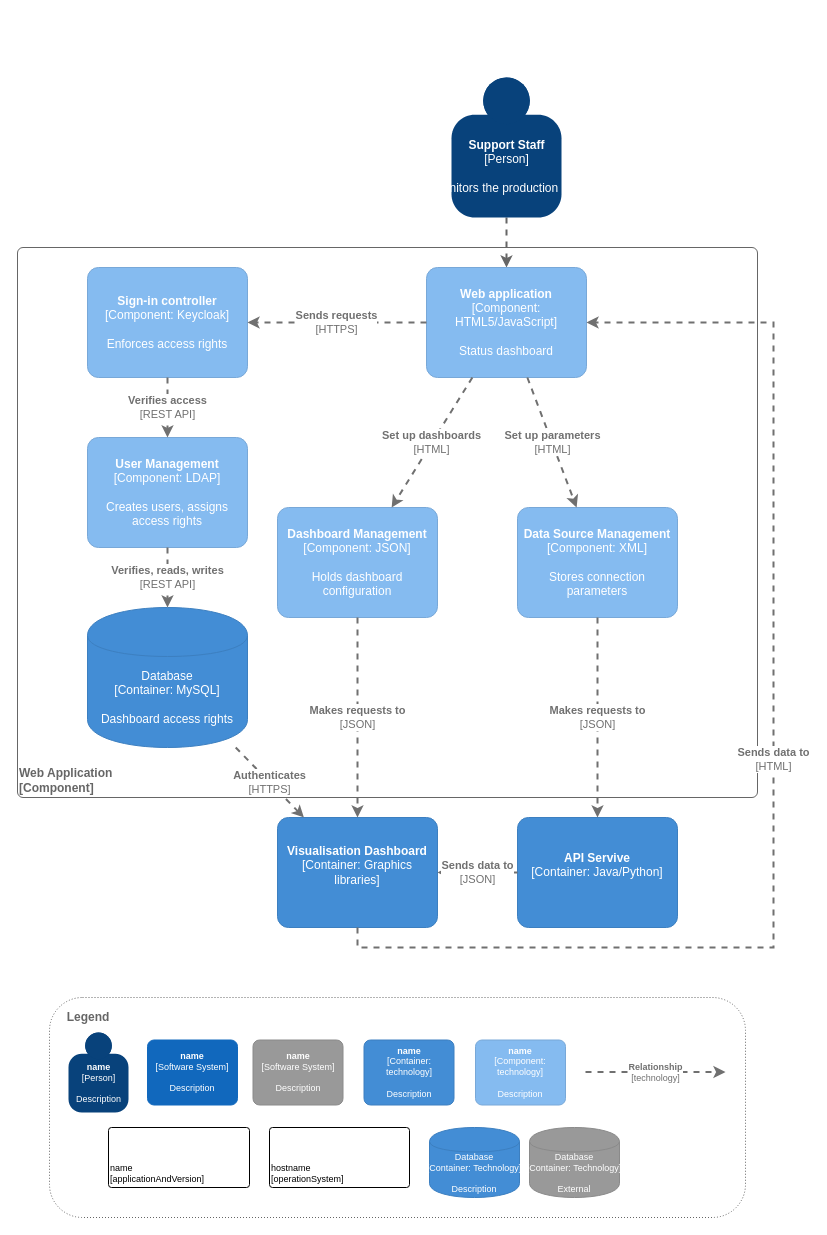
eldoncosta1/diagrams keeps this draw.io diagram as page "C4 Component" (3 of 4) of Design Doc LMS.drawio. Above is the earlier version. Source tidied: cells renumbered, new cells numbered last; positions are measured from the earlier drawing's top-left corner, leaving out a move shared by most shapes. Both pictures are drawn from the tidied source at 100%, with x=0, y=0 at pixel (17, 77).
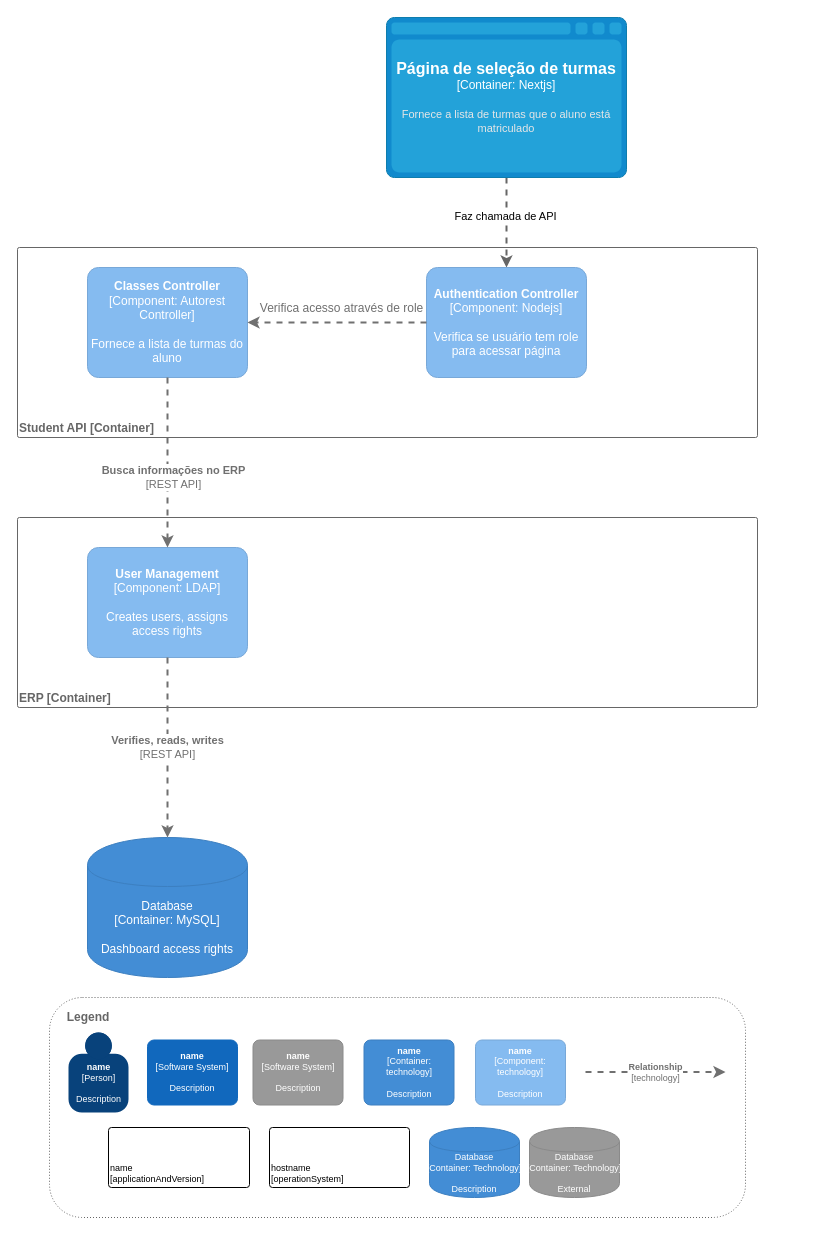
The same diagram, later.

What changed in the source:
```diff
@@
+    <mxCell id="36" value="&lt;div style=&quot;text-align: left&quot;&gt;&lt;b style=&quot;background-color: transparent; color: light-dark(rgb(102, 102, 102), rgb(149, 149, 149));&quot;&gt;ERP [Container]&lt;/b&gt;&lt;/div&gt;" style="rounded=1;whiteSpace=wrap;html=1;labelBackgroundColor=none;fillColor=#ffffff;align=left;arcSize=1;verticalAlign=bottom;strokeColor=#666666;fontColor=#666666;" parent="1" vertex="1">
+      <mxGeometry y="440" width="740" height="190" as="geometry" />
+    </mxCell>
-    <mxCell id="2" value="&lt;div style=&quot;text-align: left&quot;&gt;&lt;b&gt;Web Application&lt;/b&gt;&lt;/div&gt;&lt;div style=&quot;text-align: left&quot;&gt;&lt;b&gt;[Component]&lt;/b&gt;&lt;/div&gt;" style="rounded=1;whiteSpace=wrap;html=1;labelBackgroundColor=none;fillColor=#ffffff;align=left;arcSize=1;verticalAlign=bottom;strokeColor=#666666;fontColor=#666666;" parent="1" vertex="1">
-      <mxGeometry y="170" width="740" height="550" as="geometry" />
+    <mxCell id="2" value="&lt;div style=&quot;text-align: left&quot;&gt;&lt;b style=&quot;background-color: transparent; color: light-dark(rgb(102, 102, 102), rgb(149, 149, 149));&quot;&gt;Student API [Container]&lt;/b&gt;&lt;/div&gt;" style="rounded=1;whiteSpace=wrap;html=1;labelBackgroundColor=none;fillColor=#ffffff;align=left;arcSize=1;verticalAlign=bottom;strokeColor=#666666;fontColor=#666666;" parent="1" vertex="1">
+      <mxGeometry y="170" width="740" height="190" as="geometry" />
     </mxCell>
-    <mxCell id="3" style="edgeStyle=orthogonalEdgeStyle;rounded=0;jettySize=auto;html=1;dashed=1;strokeColor=#666666;strokeWidth=2;fillColor=#f5f5f5;" parent="1" edge="1" source="4" target="19">
+    <mxCell id="3" style="edgeStyle=orthogonalEdgeStyle;rounded=0;jettySize=auto;html=1;dashed=1;strokeColor=#666666;strokeWidth=2;fillColor=#f5f5f5;exitX=0.5;exitY=1;exitDx=0;exitDy=0;exitPerimeter=0;" parent="1" edge="1" source="38" target="19">
       <mxGeometry relative="1" as="geometry" />
     </mxCell>
-    <object id="4" label="&lt;b&gt;%c4Name%&lt;/b&gt;&lt;div&gt;[%c4Type%]&lt;/div&gt;&lt;br&gt;&lt;div&gt;%c4Description%&lt;/div&gt;" c4Description="Monitors the production line" c4Name="Support Staff" c4Type="Person" placeholders="1">
-      <mxCell style="html=1;dashed=0;whitespace=wrap;fillColor=#08427b;strokeColor=none;fontColor=#ffffff;shape=mxgraph.c4.person;align=center;points=[[0.5,0,0],[1,0.5,0],[1,0.75,0],[0.75,1,0],[0.5,1,0],[0.25,1,0],[0,0.75,0],[0,0.5,0]];metaData={&quot;c4Type&quot;:{&quot;editable&quot;:false}};" parent="1" vertex="1">
-        <mxGeometry x="434" width="110" height="140" as="geometry" />
-      </mxCell>
-    </object>
+    <mxCell id="37" value="Faz chamada de API" style="edgeLabel;html=1;align=center;verticalAlign=middle;" parent="3" vertex="1">
+      <mxGeometry x="-0.16" y="-2" relative="1" as="geometry" />
+    </mxCell>
@@
-    <object id="18" label="&lt;b&gt;%c4Name%&lt;/b&gt;&lt;div&gt;[%c4Type%: %c4Technology%]&lt;/div&gt;&lt;br&gt;&lt;div&gt;%c4Description%&lt;/div&gt;" c4Description="Enforces access rights" c4Name="Sign-in controller" c4Technology="Keycloak" c4Type="Component" placeholders="1">
+    <object id="18" label="&lt;b&gt;%c4Name%&lt;/b&gt;&lt;div&gt;[%c4Type%: %c4Technology%]&lt;/div&gt;&lt;br&gt;&lt;div&gt;%c4Description%&lt;/div&gt;" c4Description="Fornece a lista de turmas do aluno" c4Name="Classes Controller" c4Technology="Autorest Controller" c4Type="Component" placeholders="1">
       <mxCell style="rounded=1;whiteSpace=wrap;html=1;labelBackgroundColor=none;fillColor=#85BBF0;fontColor=#ffffff;align=center;arcSize=10;strokeColor=#78A8D8;metaData={&quot;c4Type&quot;:{&quot;editable&quot;:false}};points=[[0.25,0,0],[0.5,0,0],[0.75,0,0],[1,0.25,0],[1,0.5,0],[1,0.75,0],[0.75,1,0],[0.5,1,0],[0.25,1,0],[0,0.75,0],[0,0.5,0],[0,0.25,0]];" parent="1" vertex="1">
         <mxGeometry x="70" y="190" width="160" height="110" as="geometry" />
       </mxCell>
     </object>
-    <object id="19" label="&lt;b&gt;%c4Name%&lt;/b&gt;&lt;div&gt;[%c4Type%: %c4Technology%]&lt;/div&gt;&lt;br&gt;&lt;div&gt;%c4Description%&lt;/div&gt;" c4Description="Status dashboard" c4Name="Web application" c4Technology="HTML5/JavaScript" c4Type="Component" placeholders="1">
+    <object id="19" label="&lt;b&gt;%c4Name%&lt;/b&gt;&lt;div&gt;[%c4Type%: %c4Technology%]&lt;/div&gt;&lt;br&gt;&lt;div&gt;%c4Description%&lt;/div&gt;" c4Description="Verifica se usuário tem role para acessar página" c4Name="Authentication Controller" c4Technology="Nodejs" c4Type="Component" placeholders="1">
       <mxCell style="rounded=1;whiteSpace=wrap;html=1;labelBackgroundColor=none;fillColor=#85BBF0;fontColor=#ffffff;align=center;arcSize=10;strokeColor=#78A8D8;metaData={&quot;c4Type&quot;:{&quot;editable&quot;:false}};points=[[0.25,0,0],[0.5,0,0],[0.75,0,0],[1,0.25,0],[1,0.5,0],[1,0.75,0],[0.75,1,0],[0.5,1,0],[0.25,1,0],[0,0.75,0],[0,0.5,0],[0,0.25,0]];" parent="1" vertex="1">
         <mxGeometry x="409" y="190" width="160" height="110" as="geometry" />
       </mxCell>
     </object>
-    <object id="20" label="&lt;div style=&quot;text-align: left&quot;&gt;&lt;div style=&quot;text-align: center&quot;&gt;&lt;b&gt;%c4Description%&lt;/b&gt;&lt;/div&gt;&lt;div style=&quot;text-align: center&quot;&gt;[%c4Technology%]&lt;/div&gt;&lt;/div&gt;" c4Description="Sends requests" c4Technology="HTTPS" placeholders="1">
-      <mxCell style="edgeStyle=none;rounded=0;html=1;jettySize=auto;strokeColor=#707070;strokeWidth=2;fontColor=#707070;jumpStyle=none;dashed=1;metaData={&quot;c4Type&quot;:{&quot;editable&quot;:false}};" parent="1" edge="1" source="19" target="18">
-        <mxGeometry relative="1" as="geometry" />
-      </mxCell>
-    </object>
     <object id="21" label="&lt;b&gt;%c4Name%&lt;/b&gt;&lt;div&gt;[%c4Type%: %c4Technology%]&lt;/div&gt;&lt;br&gt;&lt;div&gt;%c4Description%&lt;/div&gt;" c4Description="Creates users, assigns access rights" c4Name="User Management" c4Technology="LDAP" c4Type="Component" placeholders="1">
       <mxCell style="rounded=1;whiteSpace=wrap;html=1;labelBackgroundColor=none;fillColor=#85BBF0;fontColor=#ffffff;align=center;arcSize=10;strokeColor=#78A8D8;metaData={&quot;c4Type&quot;:{&quot;editable&quot;:false}};points=[[0.25,0,0],[0.5,0,0],[0.75,0,0],[1,0.25,0],[1,0.5,0],[1,0.75,0],[0.75,1,0],[0.5,1,0],[0.25,1,0],[0,0.75,0],[0,0.5,0],[0,0.25,0]];" parent="1" vertex="1">
-        <mxGeometry x="70" y="360" width="160" height="110" as="geometry" />
+        <mxGeometry x="70" y="470" width="160" height="110" as="geometry" />
       </mxCell>
     </object>
-    <object id="22" label="&lt;div style=&quot;text-align: left&quot;&gt;&lt;div style=&quot;text-align: center&quot;&gt;&lt;b&gt;%c4Description%&lt;/b&gt;&lt;/div&gt;&lt;div style=&quot;text-align: center&quot;&gt;[%c4Technology%]&lt;/div&gt;&lt;/div&gt;" c4Description="Verifies access" c4Technology="REST API" placeholders="1">
+    <object id="22" label="&lt;div style=&quot;text-align: left&quot;&gt;&lt;div style=&quot;text-align: center&quot;&gt;&lt;b&gt;%c4Description%&lt;/b&gt;&lt;/div&gt;&lt;div style=&quot;text-align: center&quot;&gt;[%c4Technology%]&lt;/div&gt;&lt;/div&gt;" c4Description="Busca informações no ERP" c4Technology="REST API" placeholders="1">
       <mxCell style="edgeStyle=none;rounded=0;html=1;jettySize=auto;strokeColor=#707070;strokeWidth=2;fontColor=#707070;jumpStyle=none;dashed=1;metaData={&quot;c4Type&quot;:{&quot;editable&quot;:false}};" parent="1" edge="1" source="18" target="21">
-        <mxGeometry relative="1" as="geometry" />
+        <mxGeometry x="0.18" y="6" relative="1" as="geometry" />
       </mxCell>
     </object>
     <object id="23" label="%c4Type%&lt;div&gt;[Container:&amp;nbsp;%c4Technology%]&lt;/div&gt;&lt;br&gt;&lt;div&gt;%c4Description%&lt;/div&gt;" c4Description="Dashboard access rights" c4Technology="MySQL" c4Type="Database" placeholders="1">
       <mxCell style="shape=cylinder;whiteSpace=wrap;html=1;boundedLbl=1;rounded=0;labelBackgroundColor=none;fillColor=#438DD5;fontSize=12;fontColor=#ffffff;align=center;strokeColor=#3C7FC0;points=[[0.5,0,0],[1,0.25,0],[1,0.5,0],[1,0.75,0],[0.5,1,0],[0,0.75,0],[0,0.5,0],[0,0.25,0]];metaData={&quot;c4Type&quot;:{&quot;editable&quot;:false}};" parent="1" vertex="1">
-        <mxGeometry x="70" y="530" width="160" height="140" as="geometry" />
+        <mxGeometry x="70" y="760" width="160" height="140" as="geometry" />
       </mxCell>
     </object>
@@
-    <object id="25" label="&lt;b&gt;%c4Name%&lt;/b&gt;&lt;div&gt;[%c4Type%: %c4Technology%]&lt;/div&gt;&lt;br&gt;&lt;div&gt;%c4Description%&lt;/div&gt;" c4Description="Holds dashboard configuration" c4Name="Dashboard Management" c4Technology="JSON" c4Type="Component" placeholders="1">
-      <mxCell style="rounded=1;whiteSpace=wrap;html=1;labelBackgroundColor=none;fillColor=#85BBF0;fontColor=#ffffff;align=center;arcSize=10;strokeColor=#78A8D8;metaData={&quot;c4Type&quot;:{&quot;editable&quot;:false}};points=[[0.25,0,0],[0.5,0,0],[0.75,0,0],[1,0.25,0],[1,0.5,0],[1,0.75,0],[0.75,1,0],[0.5,1,0],[0.25,1,0],[0,0.75,0],[0,0.5,0],[0,0.25,0]];" parent="1" vertex="1">
-        <mxGeometry x="260" y="430" width="160" height="110" as="geometry" />
-      </mxCell>
-    </object>
-    <object id="26" label="&lt;div style=&quot;text-align: left&quot;&gt;&lt;div style=&quot;text-align: center&quot;&gt;&lt;b&gt;%c4Description%&lt;/b&gt;&lt;/div&gt;&lt;div style=&quot;text-align: center&quot;&gt;[%c4Technology%]&lt;/div&gt;&lt;/div&gt;" c4Description="Set up dashboards" c4Technology="HTML" placeholders="1">
-      <mxCell style="edgeStyle=none;rounded=0;html=1;jettySize=auto;strokeColor=#707070;strokeWidth=2;fontColor=#707070;jumpStyle=none;dashed=1;metaData={&quot;c4Type&quot;:{&quot;editable&quot;:false}};" parent="1" edge="1" source="19" target="25">
-        <mxGeometry relative="1" as="geometry" />
-      </mxCell>
-    </object>
-    <object id="27" label="&lt;b&gt;%c4Name%&lt;/b&gt;&lt;div&gt;[%c4Type%: %c4Technology%]&lt;/div&gt;&lt;br&gt;&lt;div&gt;%c4Description%&lt;/div&gt;" c4Description="" c4Name="Visualisation Dashboard" c4Technology="Graphics libraries" c4Type="Container" placeholders="1">
-      <mxCell style="rounded=1;whiteSpace=wrap;html=1;labelBackgroundColor=none;fillColor=#438DD5;fontColor=#ffffff;align=center;arcSize=10;strokeColor=#3C7FC0;metaData={&quot;c4Type&quot;:{&quot;editable&quot;:false}};points=[[0.25,0,0],[0.5,0,0],[0.75,0,0],[1,0.25,0],[1,0.5,0],[1,0.75,0],[0.75,1,0],[0.5,1,0],[0.25,1,0],[0,0.75,0],[0,0.5,0],[0,0.25,0]];" parent="1" vertex="1">
-        <mxGeometry x="260" y="740" width="160" height="110" as="geometry" />
-      </mxCell>
-    </object>
-    <object id="28" label="&lt;div style=&quot;text-align: left&quot;&gt;&lt;div style=&quot;text-align: center&quot;&gt;&lt;b&gt;%c4Description%&lt;/b&gt;&lt;/div&gt;&lt;div style=&quot;text-align: center&quot;&gt;[%c4Technology%]&lt;/div&gt;&lt;/div&gt;" c4Description="Makes requests to" c4Technology="JSON" placeholders="1">
-      <mxCell style="edgeStyle=none;rounded=0;html=1;jettySize=auto;strokeColor=#707070;strokeWidth=2;fontColor=#707070;jumpStyle=none;dashed=1;metaData={&quot;c4Type&quot;:{&quot;editable&quot;:false}};" parent="1" edge="1" source="25" target="27">
-        <mxGeometry relative="1" as="geometry" />
-      </mxCell>
-    </object>
-    <object id="29" label="&lt;div style=&quot;text-align: left&quot;&gt;&lt;div style=&quot;text-align: center&quot;&gt;&lt;b&gt;%c4Description%&lt;/b&gt;&lt;/div&gt;&lt;div style=&quot;text-align: center&quot;&gt;[%c4Technology%]&lt;/div&gt;&lt;/div&gt;" c4Description="Authenticates" c4Technology="HTTPS" placeholders="1">
-      <mxCell style="edgeStyle=none;rounded=0;html=1;jettySize=auto;strokeColor=#707070;strokeWidth=2;fontColor=#707070;jumpStyle=none;dashed=1;metaData={&quot;c4Type&quot;:{&quot;editable&quot;:false}};" parent="1" edge="1" source="23" target="27">
-        <mxGeometry relative="1" as="geometry" />
-      </mxCell>
-    </object>
-    <object id="30" label="&lt;b&gt;%c4Name%&lt;/b&gt;&lt;div&gt;[%c4Type%: %c4Technology%]&lt;/div&gt;&lt;br&gt;&lt;div&gt;%c4Description%&lt;/div&gt;" c4Description="Stores connection parameters" c4Name="Data Source Management" c4Technology="XML" c4Type="Component" placeholders="1">
-      <mxCell style="rounded=1;whiteSpace=wrap;html=1;labelBackgroundColor=none;fillColor=#85BBF0;fontColor=#ffffff;align=center;arcSize=10;strokeColor=#78A8D8;metaData={&quot;c4Type&quot;:{&quot;editable&quot;:false}};points=[[0.25,0,0],[0.5,0,0],[0.75,0,0],[1,0.25,0],[1,0.5,0],[1,0.75,0],[0.75,1,0],[0.5,1,0],[0.25,1,0],[0,0.75,0],[0,0.5,0],[0,0.25,0]];" parent="1" vertex="1">
-        <mxGeometry x="500" y="430" width="160" height="110" as="geometry" />
-      </mxCell>
-    </object>
-    <object id="31" label="&lt;div style=&quot;text-align: left&quot;&gt;&lt;div style=&quot;text-align: center&quot;&gt;&lt;b&gt;%c4Description%&lt;/b&gt;&lt;/div&gt;&lt;div style=&quot;text-align: center&quot;&gt;[%c4Technology%]&lt;/div&gt;&lt;/div&gt;" c4Description="Set up parameters" c4Technology="HTML" placeholders="1">
-      <mxCell style="edgeStyle=none;rounded=0;html=1;jettySize=auto;strokeColor=#707070;strokeWidth=2;fontColor=#707070;jumpStyle=none;dashed=1;metaData={&quot;c4Type&quot;:{&quot;editable&quot;:false}};" parent="1" edge="1" source="19" target="30">
-        <mxGeometry relative="1" as="geometry" />
-      </mxCell>
-    </object>
-    <object id="32" label="&lt;b&gt;%c4Name%&lt;/b&gt;&lt;div&gt;[%c4Type%: %c4Technology%]&lt;/div&gt;&lt;br&gt;&lt;div&gt;%c4Description%&lt;/div&gt;" c4Description="" c4Name="API Servive" c4Technology="Java/Python" c4Type="Container" placeholders="1">
-      <mxCell style="rounded=1;whiteSpace=wrap;html=1;labelBackgroundColor=none;fillColor=#438DD5;fontColor=#ffffff;align=center;arcSize=10;strokeColor=#3C7FC0;metaData={&quot;c4Type&quot;:{&quot;editable&quot;:false}};points=[[0.25,0,0],[0.5,0,0],[0.75,0,0],[1,0.25,0],[1,0.5,0],[1,0.75,0],[0.75,1,0],[0.5,1,0],[0.25,1,0],[0,0.75,0],[0,0.5,0],[0,0.25,0]];" parent="1" vertex="1">
-        <mxGeometry x="500" y="740" width="160" height="110" as="geometry" />
-      </mxCell>
-    </object>
-    <object id="33" label="&lt;div style=&quot;text-align: left&quot;&gt;&lt;div style=&quot;text-align: center&quot;&gt;&lt;b&gt;%c4Description%&lt;/b&gt;&lt;/div&gt;&lt;div style=&quot;text-align: center&quot;&gt;[%c4Technology%]&lt;/div&gt;&lt;/div&gt;" c4Description="Makes requests to" c4Technology="JSON" placeholders="1">
-      <mxCell style="edgeStyle=none;rounded=0;html=1;jettySize=auto;strokeColor=#707070;strokeWidth=2;fontColor=#707070;jumpStyle=none;dashed=1;metaData={&quot;c4Type&quot;:{&quot;editable&quot;:false}};" parent="1" edge="1" source="30" target="32">
-        <mxGeometry relative="1" as="geometry" />
-      </mxCell>
-    </object>
-    <object id="34" label="&lt;div style=&quot;text-align: left&quot;&gt;&lt;div style=&quot;text-align: center&quot;&gt;&lt;b&gt;%c4Description%&lt;/b&gt;&lt;/div&gt;&lt;div style=&quot;text-align: center&quot;&gt;[%c4Technology%]&lt;/div&gt;&lt;/div&gt;" c4Description="Sends data to" c4Technology="JSON" placeholders="1">
-      <mxCell style="edgeStyle=none;rounded=0;html=1;jettySize=auto;strokeColor=#707070;strokeWidth=2;fontColor=#707070;jumpStyle=none;dashed=1;metaData={&quot;c4Type&quot;:{&quot;editable&quot;:false}};" parent="1" edge="1" source="32" target="27">
-        <mxGeometry relative="1" as="geometry" />
-      </mxCell>
-    </object>
-    <object id="35" label="&lt;div style=&quot;text-align: left&quot;&gt;&lt;div style=&quot;text-align: center&quot;&gt;&lt;b&gt;%c4Description%&lt;/b&gt;&lt;/div&gt;&lt;div style=&quot;text-align: center&quot;&gt;[%c4Technology%]&lt;/div&gt;&lt;/div&gt;" c4Description="Sends data to" c4Technology="HTML" placeholders="1">
-      <mxCell style="edgeStyle=none;rounded=0;html=1;jettySize=auto;strokeColor=#707070;strokeWidth=2;fontColor=#707070;jumpStyle=none;dashed=1;metaData={&quot;c4Type&quot;:{&quot;editable&quot;:false}};" parent="1" edge="1" source="27" target="19">
-        <mxGeometry relative="1" as="geometry">
-          <Array as="points">
-            <mxPoint x="340" y="870" />
-            <mxPoint x="756" y="870" />
-            <mxPoint x="756" y="530" />
-            <mxPoint x="756" y="245" />
-          </Array>
-        </mxGeometry>
-      </mxCell>
-    </object>
+    <object id="38" label="&lt;font style=&quot;font-size: 16px&quot;&gt;&lt;b&gt;%c4Name%&lt;/b&gt;&lt;/font&gt;&lt;div&gt;[%c4Type%:&amp;nbsp;%c4Technology%]&lt;/div&gt;&lt;br&gt;&lt;div&gt;&lt;font style=&quot;font-size: 11px&quot;&gt;&lt;font color=&quot;#E6E6E6&quot;&gt;%c4Description%&lt;/font&gt;&lt;/div&gt;" c4Description="Fornece a lista de turmas que o aluno está matriculado" c4Name="Página de seleção de turmas" c4Technology="Nextjs" c4Type="Container" placeholders="1">
+      <mxCell style="shape=mxgraph.c4.webBrowserContainer2;whiteSpace=wrap;html=1;boundedLbl=1;rounded=0;labelBackgroundColor=none;strokeColor=#118ACD;fillColor=#23A2D9;strokeColor=#118ACD;strokeColor2=#0E7DAD;fontSize=12;fontColor=#ffffff;align=center;points=[[0.5,0,0],[1,0.25,0],[1,0.5,0],[1,0.75,0],[0.5,1,0],[0,0.75,0],[0,0.5,0],[0,0.25,0]];" parent="1" vertex="1">
+        <mxGeometry x="369" y="-60" width="240" height="160" as="geometry" />
+      </mxCell>
+    </object>
+    <mxCell id="20" style="edgeStyle=orthogonalEdgeStyle;rounded=0;jettySize=auto;html=1;entryX=1;entryY=0.5;entryDx=0;entryDy=0;entryPerimeter=0;strokeColor=#707070;strokeWidth=2;dashed=1;" parent="1" edge="1" source="19" target="18">
+      <mxGeometry relative="1" as="geometry" />
+    </mxCell>
+    <mxCell id="39" value="&lt;font style=&quot;color: rgb(112, 112, 112); font-size: 12px;&quot;&gt;Verifica acesso através de role&lt;/font&gt;" style="edgeLabel;html=1;align=center;verticalAlign=middle;" parent="20" vertex="1">
+      <mxGeometry x="-0.25" y="3" relative="1" as="geometry">
+        <mxPoint x="-19" y="-18" as="offset" />
+      </mxGeometry>
+    </mxCell>
```
